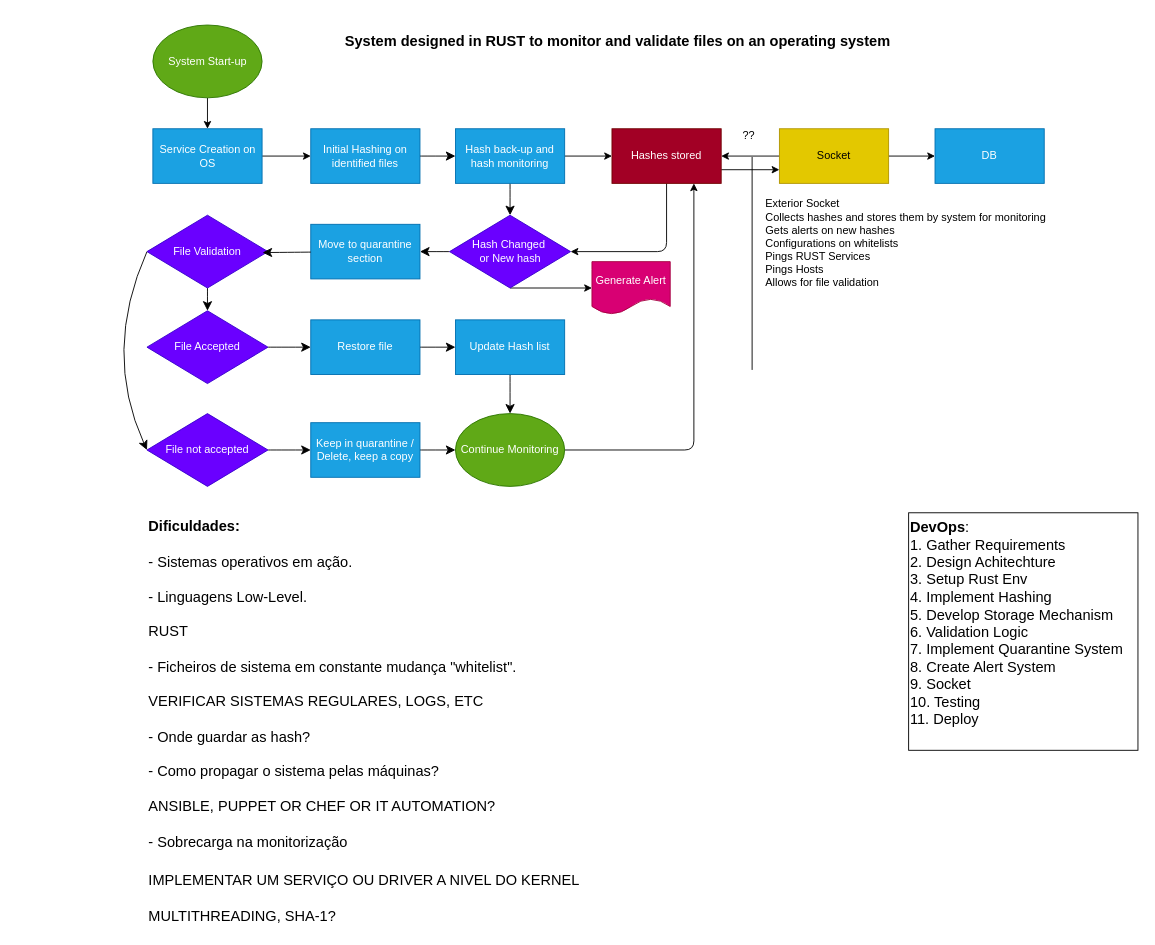
The draw.io diagram planeamento/Untitled Diagram.drawio in mickeyhousee/LOCK, before the edit. Source tidied: cells renumbered, new cells numbered last; positions are measured from the earlier drawing's top-left corner, leaving out a move shared by most shapes. Both pictures are drawn from the tidied source at 91%, with x=0, y=0 at pixel (102, 25).
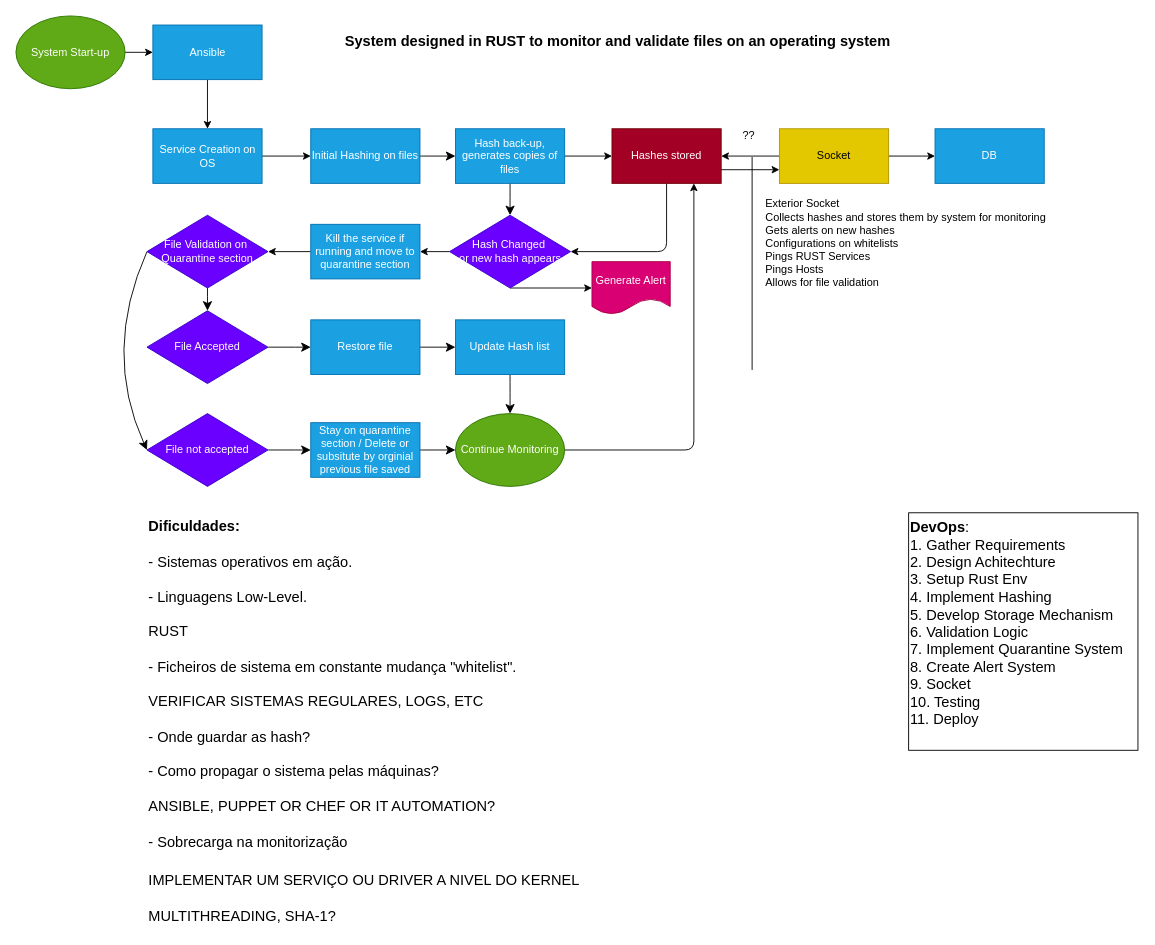
After the change.

The change refers to these unchanged cells:
```xml
<mxCell id="40" value="Service Creation on OS" style="rounded=0;whiteSpace=wrap;html=1;fillColor=#1ba1e2;fontColor=#ffffff;strokeColor=#006EAF;" parent="1" vertex="1">
  <mxGeometry x="55.5" y="114" width="120" height="60" as="geometry" />
</mxCell>
```

The edit, as a diff of the source:
```diff
@@
-    <mxCell id="2" style="edgeStyle=none;html=1;entryX=0.5;entryY=0;entryDx=0;entryDy=0;" parent="1" edge="1" source="3" target="40">
-      <mxGeometry relative="1" as="geometry" />
-    </mxCell>
+    <mxCell id="46" style="edgeStyle=none;html=1;exitX=1;exitY=0.5;exitDx=0;exitDy=0;entryX=0;entryY=0.5;entryDx=0;entryDy=0;" parent="1" edge="1" source="3" target="51">
+      <mxGeometry relative="1" as="geometry" />
+    </mxCell>
     <mxCell id="3" value="System Start-up" style="ellipse;whiteSpace=wrap;html=1;fillColor=#60a917;fontColor=#ffffff;strokeColor=#2D7600;" parent="1" vertex="1">
-      <mxGeometry x="55.5" width="120" height="80" as="geometry" />
+      <mxGeometry x="-95" y="-10" width="120" height="80" as="geometry" />
     </mxCell>
@@
-    <mxCell id="5" value="Initial Hashing on identified files" style="rounded=0;whiteSpace=wrap;html=1;fillColor=#1ba1e2;fontColor=#ffffff;strokeColor=#006EAF;" parent="1" vertex="1">
+    <mxCell id="5" value="Initial Hashing on files" style="rounded=0;whiteSpace=wrap;html=1;fillColor=#1ba1e2;fontColor=#ffffff;strokeColor=#006EAF;" parent="1" vertex="1">
       <mxGeometry x="229" y="114" width="120" height="60" as="geometry" />
     </mxCell>
@@
-    <mxCell id="8" value="Hash back-up and hash monitoring" style="rounded=0;whiteSpace=wrap;html=1;fillColor=#1ba1e2;fontColor=#ffffff;strokeColor=#006EAF;" parent="1" vertex="1">
+    <mxCell id="8" value="Hash back-up, generates copies of files" style="rounded=0;whiteSpace=wrap;html=1;fillColor=#1ba1e2;fontColor=#ffffff;strokeColor=#006EAF;" parent="1" vertex="1">
       <mxGeometry x="388" y="114" width="120" height="60" as="geometry" />
     </mxCell>
-    <mxCell id="9" style="edgeStyle=none;curved=1;rounded=0;jettySize=auto;html=1;exitX=0;exitY=0.5;exitDx=0;exitDy=0;entryX=1;entryY=0.5;entryDx=0;entryDy=0;fontSize=12;startSize=8;endSize=8;" parent="1" edge="1" source="11" target="12">
-      <mxGeometry relative="1" as="geometry" />
-    </mxCell>
@@
+    <mxCell id="47" style="edgeStyle=none;html=1;exitX=0;exitY=0.5;exitDx=0;exitDy=0;entryX=1;entryY=0.5;entryDx=0;entryDy=0;" parent="1" edge="1" source="11" target="49">
+      <mxGeometry relative="1" as="geometry" />
+    </mxCell>
-    <mxCell id="11" value="&lt;div&gt;Hash Changed&amp;nbsp;&lt;/div&gt;&lt;div&gt;or New hash&lt;/div&gt;" style="rhombus;whiteSpace=wrap;html=1;fillColor=#6a00ff;fontColor=#ffffff;strokeColor=#3700CC;" parent="1" vertex="1">
+    <mxCell id="11" value="&lt;div&gt;Hash Changed&amp;nbsp;&lt;/div&gt;&lt;div&gt;or new hash appears&lt;/div&gt;" style="rhombus;whiteSpace=wrap;html=1;fillColor=#6a00ff;fontColor=#ffffff;strokeColor=#3700CC;" parent="1" vertex="1">
       <mxGeometry x="381.5" y="209" width="133" height="80" as="geometry" />
     </mxCell>
-    <mxCell id="12" value="Move to quarantine section" style="rounded=0;whiteSpace=wrap;html=1;fillColor=#1ba1e2;fontColor=#ffffff;strokeColor=#006EAF;" parent="1" vertex="1">
-      <mxGeometry x="229" y="219" width="120" height="60" as="geometry" />
-    </mxCell>
@@
-    <mxCell id="15" value="File Validation" style="rhombus;whiteSpace=wrap;html=1;fillColor=#6a00ff;fontColor=#ffffff;strokeColor=#3700CC;" parent="1" vertex="1">
+    <mxCell id="15" value="File Validation on&amp;nbsp;&lt;br&gt;Quarantine section" style="rhombus;whiteSpace=wrap;html=1;fillColor=#6a00ff;fontColor=#ffffff;strokeColor=#3700CC;" parent="1" vertex="1">
       <mxGeometry x="49" y="209" width="133" height="80" as="geometry" />
     </mxCell>
-    <mxCell id="16" style="edgeStyle=none;curved=1;rounded=0;jettySize=auto;html=1;entryX=0.955;entryY=0.513;entryDx=0;entryDy=0;entryPerimeter=0;fontSize=12;startSize=8;endSize=8;" parent="1" edge="1" source="12" target="15">
-      <mxGeometry relative="1" as="geometry" />
-    </mxCell>
@@
-    <mxCell id="24" value="Keep in quarantine / Delete, keep a copy" style="rounded=0;whiteSpace=wrap;html=1;fillColor=#1ba1e2;fontColor=#ffffff;strokeColor=#006EAF;" parent="1" vertex="1">
+    <mxCell id="24" value="Stay on quarantine section / Delete or subsitute by orginial previous file saved" style="rounded=0;whiteSpace=wrap;html=1;fillColor=#1ba1e2;fontColor=#ffffff;strokeColor=#006EAF;" parent="1" vertex="1">
       <mxGeometry x="229" y="437" width="120" height="60" as="geometry" />
     </mxCell>
@@
+    <mxCell id="48" style="edgeStyle=none;html=1;exitX=0;exitY=0.5;exitDx=0;exitDy=0;entryX=1;entryY=0.5;entryDx=0;entryDy=0;" parent="1" edge="1" source="49" target="15">
+      <mxGeometry relative="1" as="geometry" />
+    </mxCell>
+    <mxCell id="49" value="Kill the service if running and move to quarantine section" style="rounded=0;whiteSpace=wrap;html=1;fillColor=#1ba1e2;fontColor=#ffffff;strokeColor=#006EAF;" parent="1" vertex="1">
+      <mxGeometry x="229" y="219" width="120" height="60" as="geometry" />
+    </mxCell>
+    <mxCell id="50" style="edgeStyle=none;html=1;exitX=0.5;exitY=1;exitDx=0;exitDy=0;entryX=0.5;entryY=0;entryDx=0;entryDy=0;" parent="1" edge="1" source="51" target="40">
+      <mxGeometry relative="1" as="geometry" />
+    </mxCell>
+    <mxCell id="51" value="Ansible" style="rounded=0;whiteSpace=wrap;html=1;fillColor=#1ba1e2;fontColor=#ffffff;strokeColor=#006EAF;" parent="1" vertex="1">
+      <mxGeometry x="55.5" width="120" height="60" as="geometry" />
+    </mxCell>
```
